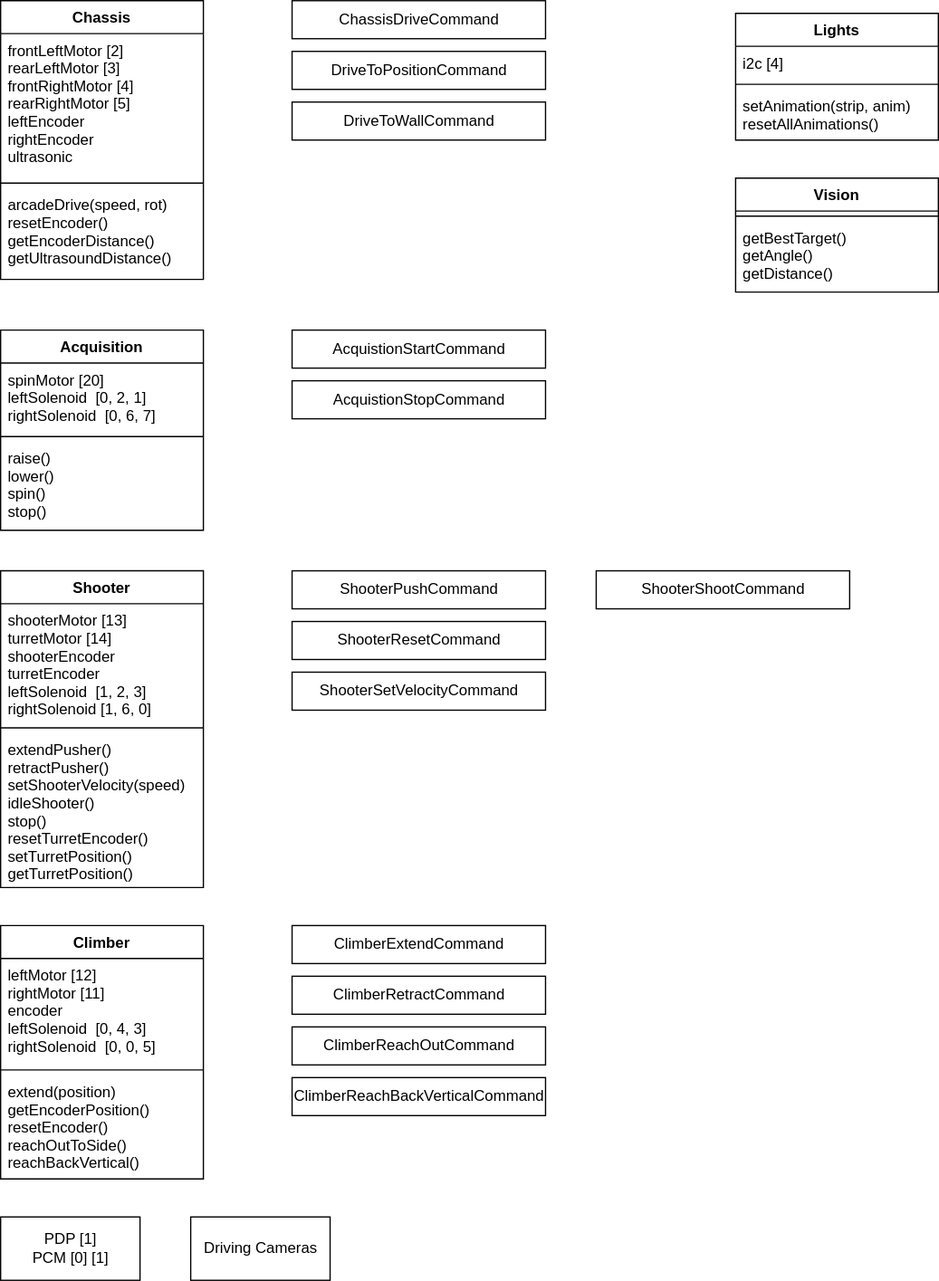
Before: img/FB2022_design.drawio.svg, a diagram exported from draw.io (firebears-frc/FB2022). Source tidied: cells renumbered, new cells last; positions are measured from the earlier drawing's top-left corner, leaving out a move shared by most shapes.
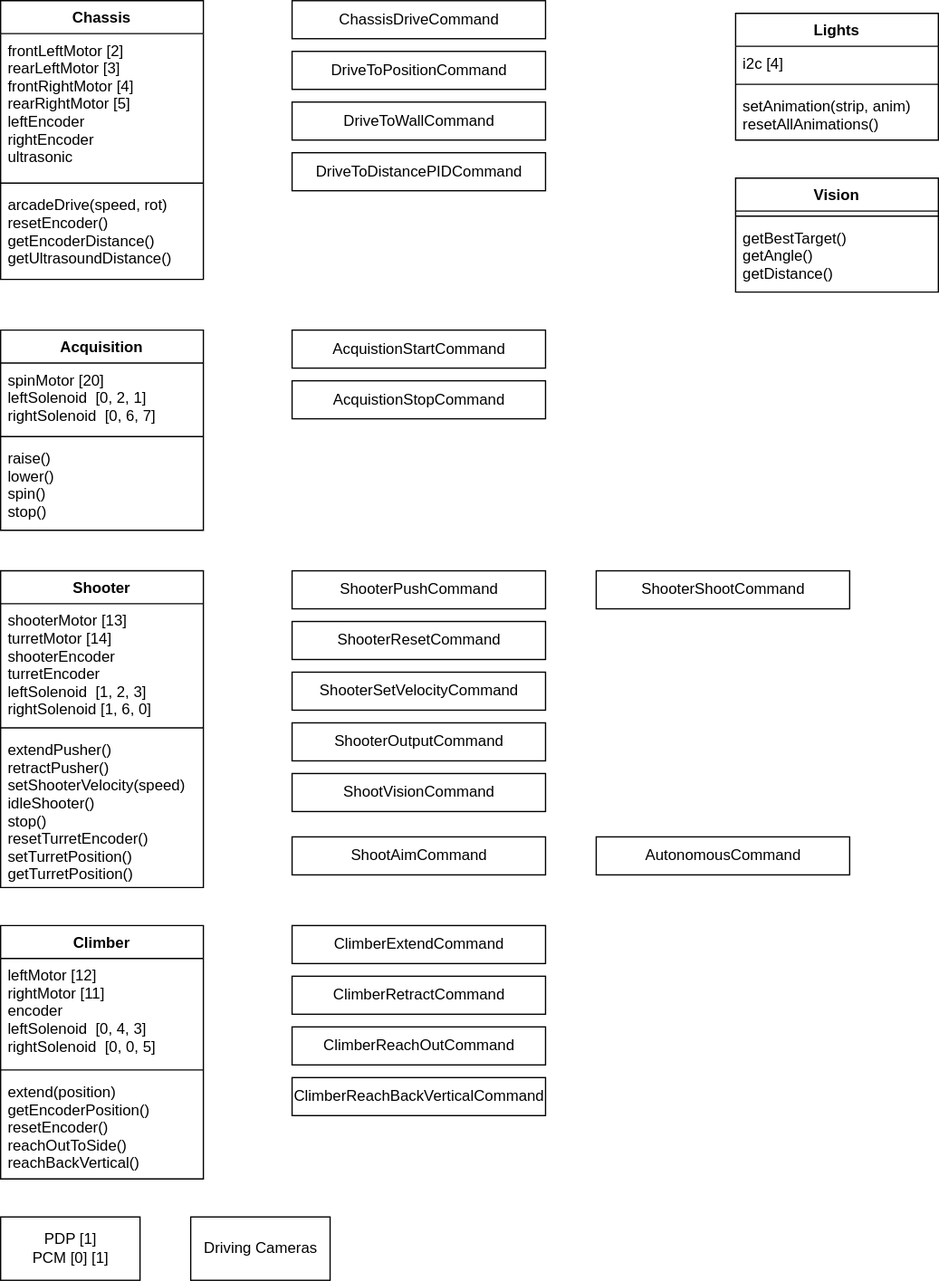
After the change.

Commit message:
Update design diagram

What changed in the source:
```diff
@@ -116,5 +116,20 @@
     <mxCell id="39" value="Driving Cameras" style="html=1;" parent="1" vertex="1">
       <mxGeometry x="150" y="960" width="110" height="50" as="geometry" />
     </mxCell>
+    <mxCell id="40" value="AutonomousCommand" style="html=1;" parent="1" vertex="1">
+      <mxGeometry x="470" y="660" width="200" height="30" as="geometry" />
+    </mxCell>
+    <mxCell id="41" value="DriveToDistancePIDCommand" style="html=1;" parent="1" vertex="1">
+      <mxGeometry x="230" y="120" width="200" height="30" as="geometry" />
+    </mxCell>
+    <mxCell id="42" value="ShootAimCommand" style="html=1;" parent="1" vertex="1">
+      <mxGeometry x="230" y="660" width="200" height="30" as="geometry" />
+    </mxCell>
+    <mxCell id="43" value="ShooterOutputCommand" style="html=1;" parent="1" vertex="1">
+      <mxGeometry x="230" y="570" width="200" height="30" as="geometry" />
+    </mxCell>
+    <mxCell id="44" value="ShootVisionCommand" style="html=1;" parent="1" vertex="1">
+      <mxGeometry x="230" y="610" width="200" height="30" as="geometry" />
+    </mxCell>
   </root>
 </mxGraphModel>
```
